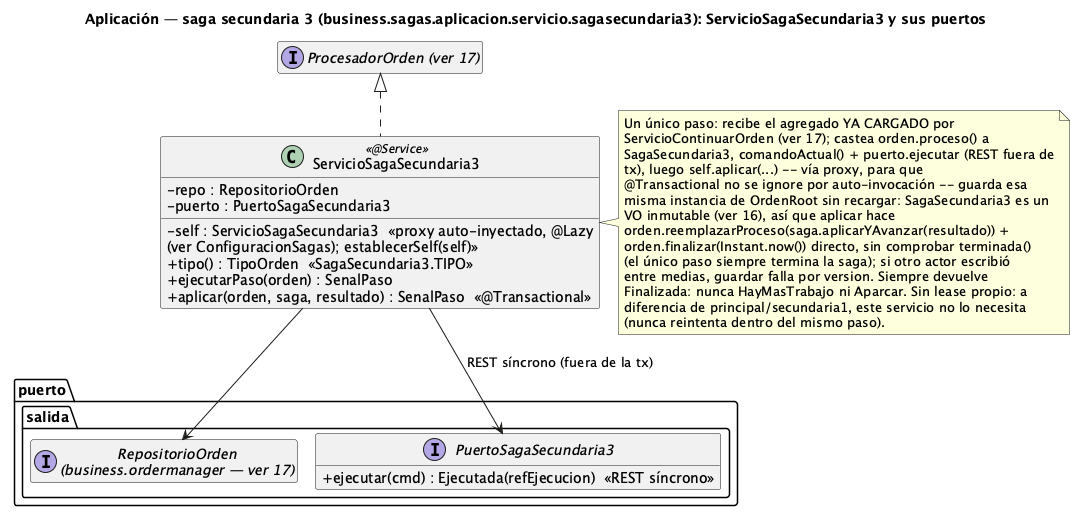
The PlantUML diagram order-manager/docs/21-clases-aplicacion-saga-secundaria3.png in ralcazar/patrones, before a commit.
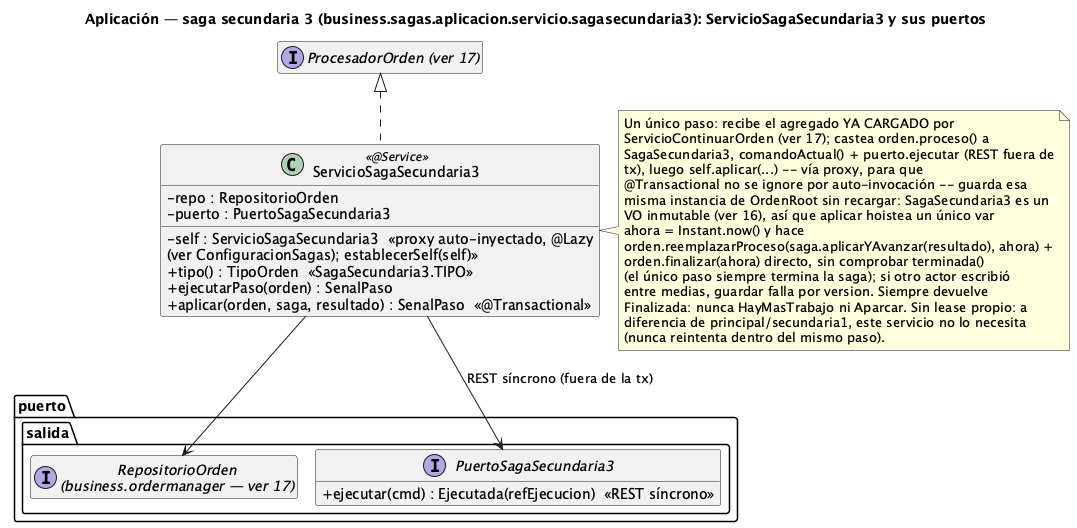
The same diagram one commit later.

What changed in the source:
```diff
@@ -21,9 +21,10 @@
   tx), luego self.aplicar(...) -- vía proxy, para que
   @Transactional no se ignore por auto-invocación -- guarda esa
   misma instancia de OrdenRoot sin recargar: SagaSecundaria3 es un
-  VO inmutable (ver 16), así que aplicar hace
-  orden.reemplazarProceso(saga.aplicarYAvanzar(resultado)) +
-  orden.finalizar(Instant.now()) directo, sin comprobar terminada()
+  VO inmutable (ver 16), así que aplicar hoistea un único var
+  ahora = Instant.now() y hace
+  orden.reemplazarProceso(saga.aplicarYAvanzar(resultado), ahora) +
+  orden.finalizar(ahora) directo, sin comprobar terminada()
   (el único paso siempre termina la saga); si otro actor escribió
   entre medias, guardar falla por version. Siempre devuelve
   Finalizada: nunca HayMasTrabajo ni Aparcar. Sin lease propio: a
```
